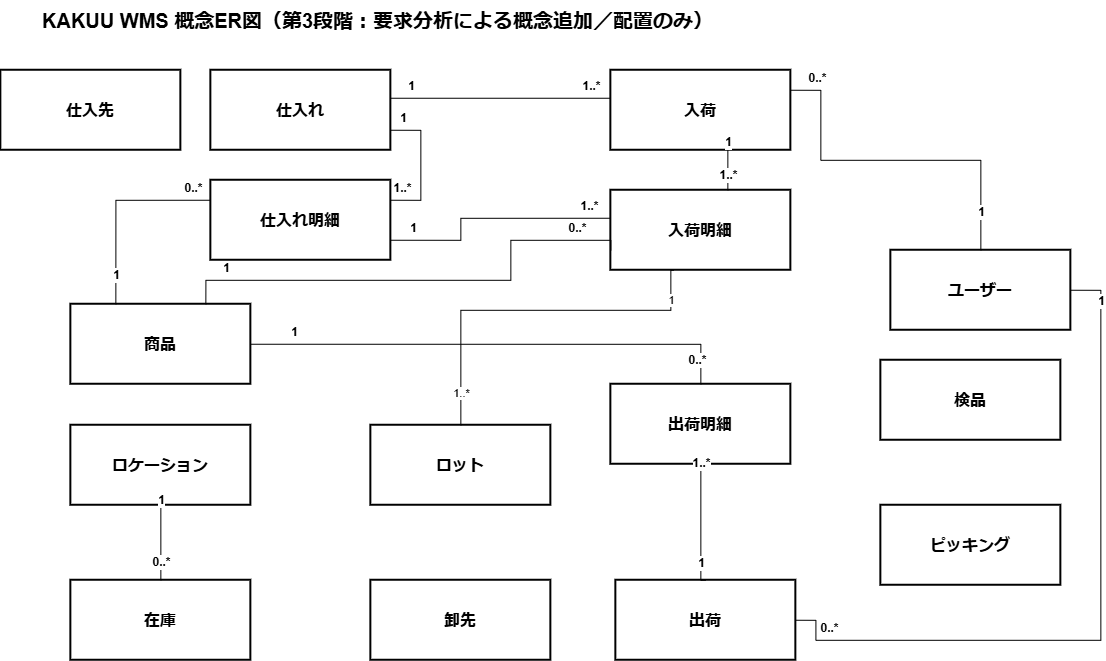
This is docs/2_要求分析/03_データ概念整理/概念ER図/png/KAKUU_WMS_概念ER図_第3段階_配置のみ.drawio.png from hino-115/kakuu-wms, a draw.io export, as it was before one commit. Source tidied: cells renumbered, new cells last; positions are measured from the earlier drawing's top-left corner, leaving out a move shared by most shapes. The source it was exported from:
```xml
<mxGraphModel>
  <root>
    <mxCell id="0" />
    <mxCell id="1" parent="0" />
    <mxCell id="2" value="KAKUU WMS 概念ER図（第3段階：要求分析による概念追加／配置のみ）" style="text;html=1;strokeColor=none;fillColor=none;align=left;verticalAlign=middle;whiteSpace=wrap;rounded=0;fontSize=20;fontStyle=1;" parent="1" vertex="1">
      <mxGeometry x="40" width="750" height="40" as="geometry" />
    </mxCell>
    <mxCell id="3" value="商品" style="rounded=0;whiteSpace=wrap;html=1;fillColor=#ffffff;strokeColor=#000000;strokeWidth=2;fontSize=16;fontStyle=1;align=center;verticalAlign=middle;" parent="1" vertex="1">
      <mxGeometry x="70" y="304" width="180" height="80" as="geometry" />
    </mxCell>
    <mxCell id="4" value="仕入れ" style="rounded=0;whiteSpace=wrap;html=1;fillColor=#ffffff;strokeColor=#000000;strokeWidth=2;fontSize=16;fontStyle=1;align=center;verticalAlign=middle;" parent="1" vertex="1">
      <mxGeometry x="210" y="70" width="180" height="80" as="geometry" />
    </mxCell>
    <mxCell id="5" value="入荷" style="rounded=0;whiteSpace=wrap;html=1;fillColor=#ffffff;strokeColor=#000000;strokeWidth=2;fontSize=16;fontStyle=1;align=center;verticalAlign=middle;" parent="1" vertex="1">
      <mxGeometry x="610" y="70" width="180" height="80" as="geometry" />
    </mxCell>
    <mxCell id="6" value="在庫" style="rounded=0;whiteSpace=wrap;html=1;fillColor=#ffffff;strokeColor=#000000;strokeWidth=2;fontSize=16;fontStyle=1;align=center;verticalAlign=middle;" parent="1" vertex="1">
      <mxGeometry x="70" y="580" width="180" height="80" as="geometry" />
    </mxCell>
    <mxCell id="7" value="出荷" style="rounded=0;whiteSpace=wrap;html=1;fillColor=#ffffff;strokeColor=#000000;strokeWidth=2;fontSize=16;fontStyle=1;align=center;verticalAlign=middle;" parent="1" vertex="1">
      <mxGeometry x="615" y="580" width="180" height="80" as="geometry" />
    </mxCell>
    <mxCell id="8" value="ロケーション" style="rounded=0;whiteSpace=wrap;html=1;fillColor=#ffffff;strokeColor=#000000;strokeWidth=2;fontSize=16;fontStyle=1;align=center;verticalAlign=middle;" parent="1" vertex="1">
      <mxGeometry x="70" y="425" width="180" height="80" as="geometry" />
    </mxCell>
    <mxCell id="9" value="ユーザー" style="rounded=0;whiteSpace=wrap;html=1;fillColor=#ffffff;strokeColor=#000000;strokeWidth=2;fontSize=16;fontStyle=1;align=center;verticalAlign=middle;" parent="1" vertex="1">
      <mxGeometry x="890" y="250" width="180" height="80" as="geometry" />
    </mxCell>
    <mxCell id="10" value="仕入れ明細" style="rounded=0;whiteSpace=wrap;html=1;fillColor=#ffffff;strokeColor=#000000;strokeWidth=2;fontSize=16;fontStyle=1;align=center;verticalAlign=middle;" parent="1" vertex="1">
      <mxGeometry x="210" y="180" width="180" height="80" as="geometry" />
    </mxCell>
    <mxCell id="11" value="入荷明細" style="rounded=0;whiteSpace=wrap;html=1;fillColor=#ffffff;strokeColor=#000000;strokeWidth=2;fontSize=16;fontStyle=1;align=center;verticalAlign=middle;" parent="1" vertex="1">
      <mxGeometry x="610" y="190" width="180" height="80" as="geometry" />
    </mxCell>
    <mxCell id="12" value="出荷明細" style="rounded=0;whiteSpace=wrap;html=1;fillColor=#ffffff;strokeColor=#000000;strokeWidth=2;fontSize=16;fontStyle=1;align=center;verticalAlign=middle;" parent="1" vertex="1">
      <mxGeometry x="610" y="384" width="180" height="80" as="geometry" />
    </mxCell>
    <mxCell id="13" value="仕入先" style="rounded=0;whiteSpace=wrap;html=1;fillColor=#ffffff;strokeColor=#000000;strokeWidth=2;fontSize=16;fontStyle=1;align=center;verticalAlign=middle;" parent="1" vertex="1">
      <mxGeometry y="70" width="180" height="80" as="geometry" />
    </mxCell>
    <mxCell id="14" value="ロット" style="rounded=0;whiteSpace=wrap;html=1;fillColor=#ffffff;strokeColor=#000000;strokeWidth=2;fontSize=16;fontStyle=1;align=center;verticalAlign=middle;" parent="1" vertex="1">
      <mxGeometry x="370" y="425" width="180" height="80" as="geometry" />
    </mxCell>
    <mxCell id="15" value="ピッキング" style="rounded=0;whiteSpace=wrap;html=1;fillColor=#ffffff;strokeColor=#000000;strokeWidth=2;fontSize=16;fontStyle=1;align=center;verticalAlign=middle;" parent="1" vertex="1">
      <mxGeometry x="880" y="505" width="180" height="80" as="geometry" />
    </mxCell>
    <mxCell id="16" value="検品" style="rounded=0;whiteSpace=wrap;html=1;fillColor=#ffffff;strokeColor=#000000;strokeWidth=2;fontSize=16;fontStyle=1;align=center;verticalAlign=middle;" parent="1" vertex="1">
      <mxGeometry x="880" y="360" width="180" height="80" as="geometry" />
    </mxCell>
    <mxCell id="17" value="卸先" style="rounded=0;whiteSpace=wrap;html=1;fillColor=#ffffff;strokeColor=#000000;strokeWidth=2;fontSize=16;fontStyle=1;align=center;verticalAlign=middle;" parent="1" vertex="1">
      <mxGeometry x="370" y="580" width="180" height="80" as="geometry" />
    </mxCell>
    <mxCell id="18" style="edgeStyle=orthogonalEdgeStyle;rounded=0;jettySize=auto;html=1;endArrow=none;startArrow=none;exitX=0.25;exitY=0;exitDx=0;exitDy=0;entryX=0;entryY=0.25;entryDx=0;entryDy=0;" parent="1" edge="1" source="3" target="10">
      <mxGeometry relative="1" as="geometry" />
    </mxCell>
    <mxCell id="19" value="1" style="edgeLabel;html=1;align=center;verticalAlign=middle;fontSize=12;fontStyle=1;" parent="18" vertex="1">
      <mxGeometry x="-0.82" relative="1" as="geometry">
        <mxPoint y="-12" as="offset" />
      </mxGeometry>
    </mxCell>
    <mxCell id="20" value="0..*" style="edgeLabel;html=1;align=center;verticalAlign=middle;fontSize=12;fontStyle=1;" parent="18" vertex="1">
      <mxGeometry x="0.82" relative="1" as="geometry">
        <mxPoint y="-12" as="offset" />
      </mxGeometry>
    </mxCell>
    <mxCell id="21" style="edgeStyle=orthogonalEdgeStyle;rounded=0;jettySize=auto;html=1;endArrow=none;startArrow=none;exitX=1;exitY=0.75;exitDx=0;exitDy=0;entryX=1;entryY=0.25;entryDx=0;entryDy=0;" parent="1" edge="1" source="4" target="10">
      <mxGeometry relative="1" as="geometry">
        <Array as="points">
          <mxPoint x="420" y="130" />
          <mxPoint x="420" y="200" />
        </Array>
      </mxGeometry>
    </mxCell>
    <mxCell id="22" value="1" style="edgeLabel;html=1;align=center;verticalAlign=middle;fontSize=12;fontStyle=1;" parent="21" vertex="1">
      <mxGeometry x="-0.82" relative="1" as="geometry">
        <mxPoint y="-12" as="offset" />
      </mxGeometry>
    </mxCell>
    <mxCell id="23" value="1..*" style="edgeLabel;html=1;align=center;verticalAlign=middle;fontSize=12;fontStyle=1;" parent="21" vertex="1">
      <mxGeometry x="0.82" relative="1" as="geometry">
        <mxPoint y="-12" as="offset" />
      </mxGeometry>
    </mxCell>
    <mxCell id="24" style="edgeStyle=orthogonalEdgeStyle;rounded=0;jettySize=auto;html=1;endArrow=none;startArrow=none;exitX=1;exitY=0.35;exitDx=0;exitDy=0;entryX=0;entryY=0.35;entryDx=0;entryDy=0;" parent="1" edge="1" source="4" target="5">
      <mxGeometry relative="1" as="geometry" />
    </mxCell>
    <mxCell id="25" value="1" style="edgeLabel;html=1;align=center;verticalAlign=middle;fontSize=12;fontStyle=1;" parent="24" vertex="1">
      <mxGeometry x="-0.82" relative="1" as="geometry">
        <mxPoint y="-12" as="offset" />
      </mxGeometry>
    </mxCell>
    <mxCell id="26" value="1..*" style="edgeLabel;html=1;align=center;verticalAlign=middle;fontSize=12;fontStyle=1;" parent="24" vertex="1">
      <mxGeometry x="0.82" relative="1" as="geometry">
        <mxPoint y="-12" as="offset" />
      </mxGeometry>
    </mxCell>
    <mxCell id="27" style="edgeStyle=orthogonalEdgeStyle;rounded=0;jettySize=auto;html=1;endArrow=none;startArrow=none;exitX=1;exitY=0.75;exitDx=0;exitDy=0;entryX=0;entryY=0.35;entryDx=0;entryDy=0;" parent="1" edge="1" source="10" target="11">
      <mxGeometry relative="1" as="geometry">
        <Array as="points">
          <mxPoint x="460" y="240" />
          <mxPoint x="460" y="218" />
        </Array>
      </mxGeometry>
    </mxCell>
    <mxCell id="28" value="1" style="edgeLabel;html=1;align=center;verticalAlign=middle;fontSize=12;fontStyle=1;" parent="27" vertex="1">
      <mxGeometry x="-0.82" relative="1" as="geometry">
        <mxPoint y="-12" as="offset" />
      </mxGeometry>
    </mxCell>
    <mxCell id="29" value="1..*" style="edgeLabel;html=1;align=center;verticalAlign=middle;fontSize=12;fontStyle=1;" parent="27" vertex="1">
      <mxGeometry x="0.82" relative="1" as="geometry">
        <mxPoint y="-12" as="offset" />
      </mxGeometry>
    </mxCell>
    <mxCell id="30" style="edgeStyle=orthogonalEdgeStyle;rounded=0;jettySize=auto;html=1;endArrow=none;startArrow=none;exitX=0.75;exitY=0;exitDx=0;exitDy=0;entryX=0;entryY=0.75;entryDx=0;entryDy=0;" parent="1" edge="1" source="3" target="11">
      <mxGeometry relative="1" as="geometry">
        <Array as="points">
          <mxPoint x="205" y="280" />
          <mxPoint x="510" y="280" />
          <mxPoint x="510" y="240" />
        </Array>
      </mxGeometry>
    </mxCell>
    <mxCell id="31" value="1" style="edgeLabel;html=1;align=center;verticalAlign=middle;fontSize=12;fontStyle=1;" parent="30" vertex="1">
      <mxGeometry x="-0.82" relative="1" as="geometry">
        <mxPoint y="-12" as="offset" />
      </mxGeometry>
    </mxCell>
    <mxCell id="32" value="0..*" style="edgeLabel;html=1;align=center;verticalAlign=middle;fontSize=12;fontStyle=1;" parent="30" vertex="1">
      <mxGeometry x="0.82" relative="1" as="geometry">
        <mxPoint y="-12" as="offset" />
      </mxGeometry>
    </mxCell>
    <mxCell id="33" style="edgeStyle=orthogonalEdgeStyle;rounded=0;jettySize=auto;html=1;endArrow=none;startArrow=none;exitX=0.65;exitY=1;exitDx=0;exitDy=0;entryX=0.65;entryY=0;entryDx=0;entryDy=0;" parent="1" edge="1" source="5" target="11">
      <mxGeometry relative="1" as="geometry" />
    </mxCell>
    <mxCell id="34" value="1" style="edgeLabel;html=1;align=center;verticalAlign=middle;fontSize=12;fontStyle=1;" parent="33" vertex="1">
      <mxGeometry x="-0.82" relative="1" as="geometry">
        <mxPoint y="-12" as="offset" />
      </mxGeometry>
    </mxCell>
    <mxCell id="35" value="1..*" style="edgeLabel;html=1;align=center;verticalAlign=middle;fontSize=12;fontStyle=1;" parent="33" vertex="1">
      <mxGeometry x="0.82" relative="1" as="geometry">
        <mxPoint y="-12" as="offset" />
      </mxGeometry>
    </mxCell>
    <mxCell id="36" style="edgeStyle=orthogonalEdgeStyle;rounded=0;jettySize=auto;html=1;endArrow=none;startArrow=none;exitX=1;exitY=0.5;exitDx=0;exitDy=0;entryX=0.5;entryY=0;entryDx=0;entryDy=0;" parent="1" edge="1" source="3" target="12">
      <mxGeometry relative="1" as="geometry" />
    </mxCell>
    <mxCell id="37" value="1" style="edgeLabel;html=1;align=center;verticalAlign=middle;fontSize=12;fontStyle=1;" parent="36" vertex="1">
      <mxGeometry x="-0.82" relative="1" as="geometry">
        <mxPoint y="-12" as="offset" />
      </mxGeometry>
    </mxCell>
    <mxCell id="38" value="0..*" style="edgeLabel;html=1;align=center;verticalAlign=middle;fontSize=12;fontStyle=1;" parent="36" vertex="1">
      <mxGeometry x="0.82" relative="1" as="geometry">
        <mxPoint y="16" as="offset" />
      </mxGeometry>
    </mxCell>
    <mxCell id="39" style="edgeStyle=orthogonalEdgeStyle;rounded=0;jettySize=auto;html=1;endArrow=none;startArrow=none;exitX=0.5;exitY=0;exitDx=0;exitDy=0;entryX=0.5;entryY=1;entryDx=0;entryDy=0;" parent="1" edge="1" source="7" target="12">
      <mxGeometry relative="1" as="geometry">
        <Array as="points">
          <mxPoint x="700" y="580" />
        </Array>
      </mxGeometry>
    </mxCell>
    <mxCell id="40" value="1" style="edgeLabel;html=1;align=center;verticalAlign=middle;fontSize=12;fontStyle=1;" parent="39" vertex="1">
      <mxGeometry x="-0.82" relative="1" as="geometry">
        <mxPoint y="-12" as="offset" />
      </mxGeometry>
    </mxCell>
    <mxCell id="41" value="1..*" style="edgeLabel;html=1;align=center;verticalAlign=middle;fontSize=12;fontStyle=1;" parent="39" vertex="1">
      <mxGeometry x="0.82" relative="1" as="geometry">
        <mxPoint y="-12" as="offset" />
      </mxGeometry>
    </mxCell>
    <mxCell id="42" style="edgeStyle=orthogonalEdgeStyle;rounded=0;jettySize=auto;html=1;endArrow=none;startArrow=none;exitX=0.5;exitY=1;exitDx=0;exitDy=0;entryX=0.5;entryY=0;entryDx=0;entryDy=0;" parent="1" edge="1" source="8" target="6">
      <mxGeometry relative="1" as="geometry" />
    </mxCell>
    <mxCell id="43" value="1" style="edgeLabel;html=1;align=center;verticalAlign=middle;fontSize=12;fontStyle=1;" parent="42" vertex="1">
      <mxGeometry x="-0.82" relative="1" as="geometry">
        <mxPoint y="-12" as="offset" />
      </mxGeometry>
    </mxCell>
    <mxCell id="44" value="0..*" style="edgeLabel;html=1;align=center;verticalAlign=middle;fontSize=12;fontStyle=1;" parent="42" vertex="1">
      <mxGeometry x="0.82" relative="1" as="geometry">
        <mxPoint y="-12" as="offset" />
      </mxGeometry>
    </mxCell>
    <mxCell id="45" style="edgeStyle=orthogonalEdgeStyle;rounded=0;jettySize=auto;html=1;endArrow=none;startArrow=none;exitX=0.5;exitY=0;exitDx=0;exitDy=0;entryX=1;entryY=0.25;entryDx=0;entryDy=0;" parent="1" edge="1" source="9" target="5">
      <mxGeometry relative="1" as="geometry">
        <Array as="points">
          <mxPoint x="980" y="160" />
          <mxPoint x="820" y="160" />
          <mxPoint x="820" y="90" />
        </Array>
      </mxGeometry>
    </mxCell>
    <mxCell id="46" value="1" style="edgeLabel;html=1;align=center;verticalAlign=middle;fontSize=12;fontStyle=1;" parent="45" vertex="1">
      <mxGeometry x="-0.85" relative="1" as="geometry">
        <mxPoint y="-12" as="offset" />
      </mxGeometry>
    </mxCell>
    <mxCell id="47" value="0..*" style="edgeLabel;html=1;align=center;verticalAlign=middle;fontSize=12;fontStyle=1;" parent="45" vertex="1">
      <mxGeometry x="0.85" relative="1" as="geometry">
        <mxPoint y="-12" as="offset" />
      </mxGeometry>
    </mxCell>
    <mxCell id="48" style="edgeStyle=orthogonalEdgeStyle;rounded=0;jettySize=auto;html=1;endArrow=none;startArrow=none;exitX=1;exitY=0.5;exitDx=0;exitDy=0;entryX=1;entryY=0.5;entryDx=0;entryDy=0;" parent="1" edge="1" source="9" target="7">
      <mxGeometry relative="1" as="geometry">
        <Array as="points">
          <mxPoint x="1100" y="290" />
          <mxPoint x="1100" y="640" />
          <mxPoint x="815" y="640" />
          <mxPoint x="815" y="620" />
        </Array>
      </mxGeometry>
    </mxCell>
    <mxCell id="49" value="1" style="edgeLabel;html=1;align=center;verticalAlign=middle;fontSize=12;fontStyle=1;" parent="48" vertex="1">
      <mxGeometry x="-0.85" relative="1" as="geometry">
        <mxPoint y="-12" as="offset" />
      </mxGeometry>
    </mxCell>
    <mxCell id="50" value="0..*" style="edgeLabel;html=1;align=center;verticalAlign=middle;fontSize=12;fontStyle=1;" parent="48" vertex="1">
      <mxGeometry x="0.85" relative="1" as="geometry">
        <mxPoint y="-12" as="offset" />
      </mxGeometry>
    </mxCell>
    <mxCell id="51" style="edgeStyle=orthogonalEdgeStyle;rounded=0;jettySize=auto;html=1;endArrow=none;startArrow=none;exitX=0.35;exitY=1;exitDx=0;exitDy=0;entryX=0.5;entryY=0;entryDx=0;entryDy=0;" parent="1" edge="1" source="11" target="14">
      <mxGeometry relative="1" as="geometry">
        <Array as="points">
          <mxPoint x="670" y="270" />
          <mxPoint x="670" y="310" />
          <mxPoint x="460" y="310" />
        </Array>
      </mxGeometry>
    </mxCell>
    <mxCell id="52" value="1" style="edgeLabel;html=1;align=center;verticalAlign=middle;" parent="51" vertex="1">
      <mxGeometry x="-0.82" relative="1" as="geometry" />
    </mxCell>
    <mxCell id="53" value="1..*" style="edgeLabel;html=1;align=center;verticalAlign=middle;" parent="51" vertex="1">
      <mxGeometry x="0.82" relative="1" as="geometry" />
    </mxCell>
  </root>
</mxGraphModel>
```
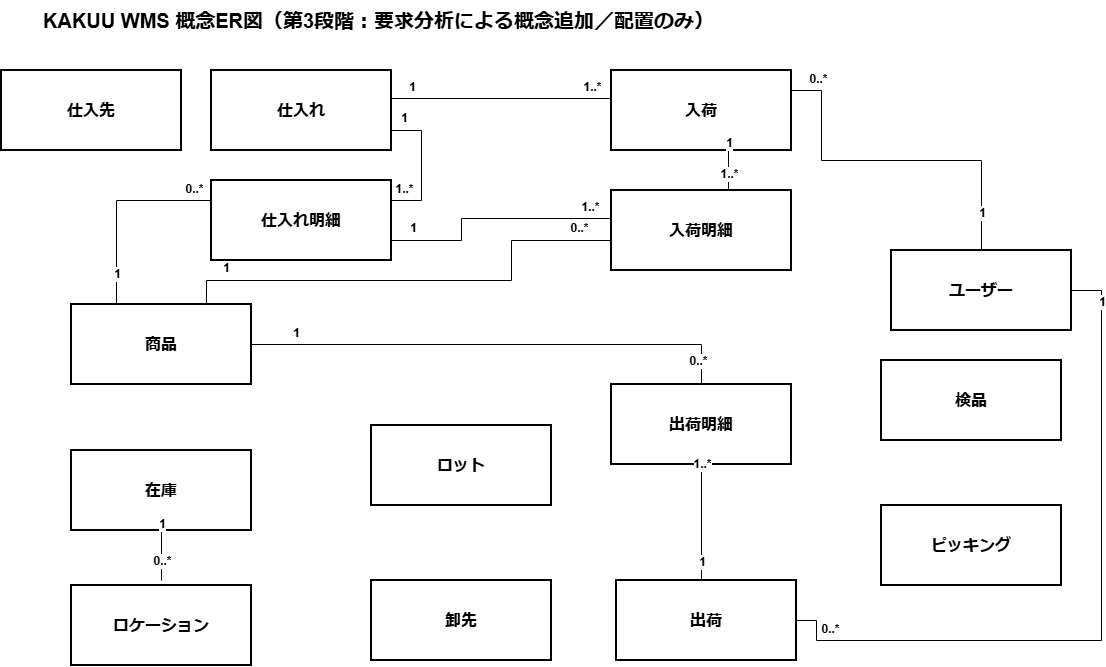
The same diagram one commit later.

The edit, as a diff of the source:
```diff
@@ -15,13 +15,13 @@
       <mxGeometry x="610" y="70" width="180" height="80" as="geometry" />
     </mxCell>
     <mxCell id="6" value="在庫" style="rounded=0;whiteSpace=wrap;html=1;fillColor=#ffffff;strokeColor=#000000;strokeWidth=2;fontSize=16;fontStyle=1;align=center;verticalAlign=middle;" parent="1" vertex="1">
-      <mxGeometry x="70" y="580" width="180" height="80" as="geometry" />
+      <mxGeometry x="70" y="450" width="180" height="80" as="geometry" />
     </mxCell>
     <mxCell id="7" value="出荷" style="rounded=0;whiteSpace=wrap;html=1;fillColor=#ffffff;strokeColor=#000000;strokeWidth=2;fontSize=16;fontStyle=1;align=center;verticalAlign=middle;" parent="1" vertex="1">
       <mxGeometry x="615" y="580" width="180" height="80" as="geometry" />
     </mxCell>
     <mxCell id="8" value="ロケーション" style="rounded=0;whiteSpace=wrap;html=1;fillColor=#ffffff;strokeColor=#000000;strokeWidth=2;fontSize=16;fontStyle=1;align=center;verticalAlign=middle;" parent="1" vertex="1">
-      <mxGeometry x="70" y="425" width="180" height="80" as="geometry" />
+      <mxGeometry x="70" y="585" width="180" height="80" as="geometry" />
     </mxCell>
     <mxCell id="9" value="ユーザー" style="rounded=0;whiteSpace=wrap;html=1;fillColor=#ffffff;strokeColor=#000000;strokeWidth=2;fontSize=16;fontStyle=1;align=center;verticalAlign=middle;" parent="1" vertex="1">
       <mxGeometry x="890" y="250" width="180" height="80" as="geometry" />
@@ -174,16 +174,18 @@
         <mxPoint y="-12" as="offset" />
       </mxGeometry>
     </mxCell>
-    <mxCell id="42" style="edgeStyle=orthogonalEdgeStyle;rounded=0;jettySize=auto;html=1;endArrow=none;startArrow=none;exitX=0.5;exitY=1;exitDx=0;exitDy=0;entryX=0.5;entryY=0;entryDx=0;entryDy=0;" parent="1" edge="1" source="8" target="6">
-      <mxGeometry relative="1" as="geometry" />
+    <mxCell id="42" style="edgeStyle=orthogonalEdgeStyle;rounded=0;jettySize=auto;html=1;endArrow=none;startArrow=none;exitX=0.5;exitY=1;exitDx=0;exitDy=0;" parent="1" edge="1" source="6">
+      <mxGeometry relative="1" as="geometry">
+        <mxPoint x="160" y="580" as="targetPoint" />
+      </mxGeometry>
     </mxCell>
     <mxCell id="43" value="1" style="edgeLabel;html=1;align=center;verticalAlign=middle;fontSize=12;fontStyle=1;" parent="42" vertex="1">
-      <mxGeometry x="-0.82" relative="1" as="geometry">
+      <mxGeometry x="-0.8" relative="1" as="geometry">
         <mxPoint y="-12" as="offset" />
       </mxGeometry>
     </mxCell>
     <mxCell id="44" value="0..*" style="edgeLabel;html=1;align=center;verticalAlign=middle;fontSize=12;fontStyle=1;" parent="42" vertex="1">
-      <mxGeometry x="0.82" relative="1" as="geometry">
+      <mxGeometry x="0.67" relative="1" as="geometry">
         <mxPoint y="-12" as="offset" />
       </mxGeometry>
     </mxCell>
@@ -226,20 +228,5 @@
         <mxPoint y="-12" as="offset" />
       </mxGeometry>
     </mxCell>
-    <mxCell id="51" style="edgeStyle=orthogonalEdgeStyle;rounded=0;jettySize=auto;html=1;endArrow=none;startArrow=none;exitX=0.35;exitY=1;exitDx=0;exitDy=0;entryX=0.5;entryY=0;entryDx=0;entryDy=0;" parent="1" edge="1" source="11" target="14">
-      <mxGeometry relative="1" as="geometry">
-        <Array as="points">
-          <mxPoint x="670" y="270" />
-          <mxPoint x="670" y="310" />
-          <mxPoint x="460" y="310" />
-        </Array>
-      </mxGeometry>
-    </mxCell>
-    <mxCell id="52" value="1" style="edgeLabel;html=1;align=center;verticalAlign=middle;" parent="51" vertex="1">
-      <mxGeometry x="-0.82" relative="1" as="geometry" />
-    </mxCell>
-    <mxCell id="53" value="1..*" style="edgeLabel;html=1;align=center;verticalAlign=middle;" parent="51" vertex="1">
-      <mxGeometry x="0.82" relative="1" as="geometry" />
-    </mxCell>
   </root>
 </mxGraphModel>
```
